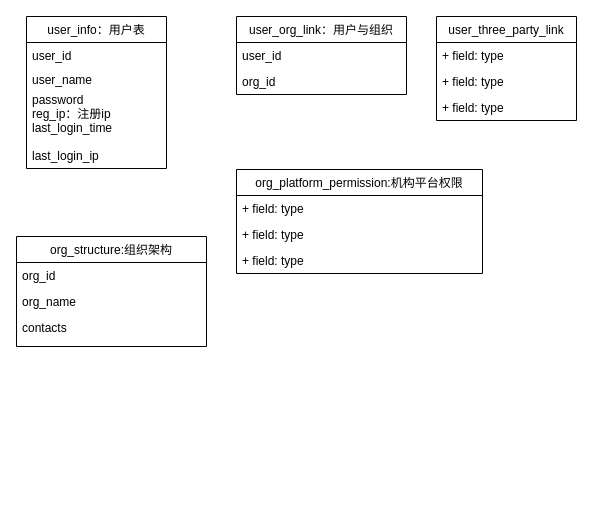
This is Untitled Diagram.drawio from qinguoqin9/GitProject, a draw.io file, before an edit. Source tidied: cells renumbered, new cells numbered last; positions are measured from the earlier drawing's top-left corner, leaving out a move shared by most shapes. Both pictures are drawn from the tidied source at 100%, with x=0, y=0 at pixel (16, 16).
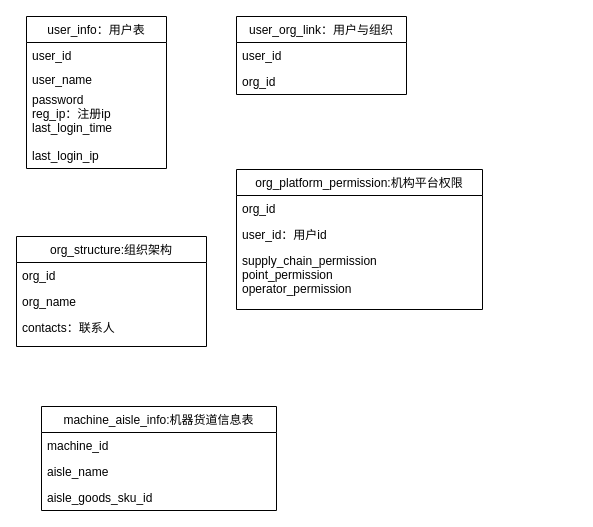
The same diagram, later.

The change refers to these unchanged cells:
```xml
<mxCell id="10" value="org_structure:组织架构" style="swimlane;fontStyle=0;horizontal=1;startSize=26;fillColor=none;" parent="1" vertex="1">
  <mxGeometry y="220" width="190" height="110" as="geometry" />
</mxCell>
```

Change to the diagram source:
```diff
@@
     <mxCell id="2" value="org_platform_permission:机构平台权限" style="swimlane;fontStyle=0;horizontal=1;startSize=26;fillColor=none;" parent="1" vertex="1">
-      <mxGeometry x="220" y="153" width="246" height="104" as="geometry" />
+      <mxGeometry x="220" y="153" width="246" height="140" as="geometry" />
     </mxCell>
-    <mxCell id="3" value="+ field: type" style="text;strokeColor=none;fillColor=none;align=left;verticalAlign=top;spacingLeft=4;spacingRight=4;overflow=hidden;" parent="2" vertex="1">
+    <mxCell id="3" value="org_id" style="text;strokeColor=none;fillColor=none;align=left;verticalAlign=top;spacingLeft=4;spacingRight=4;overflow=hidden;" parent="2" vertex="1">
       <mxGeometry y="26" width="246" height="26" as="geometry" />
     </mxCell>
-    <mxCell id="4" value="+ field: type" style="text;strokeColor=none;fillColor=none;align=left;verticalAlign=top;spacingLeft=4;spacingRight=4;overflow=hidden;" parent="2" vertex="1">
+    <mxCell id="4" value="user_id：用户id&#10;" style="text;strokeColor=none;fillColor=none;align=left;verticalAlign=top;spacingLeft=4;spacingRight=4;overflow=hidden;" parent="2" vertex="1">
       <mxGeometry y="52" width="246" height="26" as="geometry" />
     </mxCell>
-    <mxCell id="5" value="+ field: type" style="text;strokeColor=none;fillColor=none;align=left;verticalAlign=top;spacingLeft=4;spacingRight=4;overflow=hidden;" parent="2" vertex="1">
-      <mxGeometry y="78" width="246" height="26" as="geometry" />
+    <mxCell id="5" value="supply_chain_permission&#10;point_permission&#10;operator_permission" style="text;strokeColor=none;fillColor=none;align=left;verticalAlign=top;spacingLeft=4;spacingRight=4;overflow=hidden;" parent="2" vertex="1">
+      <mxGeometry y="78" width="246" height="62" as="geometry" />
     </mxCell>
@@
-    <mxCell id="13" value="contacts" style="text;strokeColor=none;fillColor=none;align=left;verticalAlign=top;spacingLeft=4;spacingRight=4;overflow=hidden;" parent="10" vertex="1">
+    <mxCell id="13" value="contacts：联系人" style="text;strokeColor=none;fillColor=none;align=left;verticalAlign=top;spacingLeft=4;spacingRight=4;overflow=hidden;" parent="10" vertex="1">
       <mxGeometry y="78" width="190" height="32" as="geometry" />
     </mxCell>
@@
-    <mxCell id="17" value="user_three_party_link" style="swimlane;fontStyle=0;horizontal=1;startSize=26;fillColor=none;" parent="1" vertex="1">
-      <mxGeometry x="420" width="140" height="104" as="geometry" />
-    </mxCell>
-    <mxCell id="18" value="+ field: type" style="text;strokeColor=none;fillColor=none;align=left;verticalAlign=top;spacingLeft=4;spacingRight=4;overflow=hidden;" parent="17" vertex="1">
-      <mxGeometry y="26" width="140" height="26" as="geometry" />
-    </mxCell>
-    <mxCell id="19" value="+ field: type" style="text;strokeColor=none;fillColor=none;align=left;verticalAlign=top;spacingLeft=4;spacingRight=4;overflow=hidden;" parent="17" vertex="1">
-      <mxGeometry y="52" width="140" height="26" as="geometry" />
-    </mxCell>
-    <mxCell id="20" value="+ field: type" style="text;strokeColor=none;fillColor=none;align=left;verticalAlign=top;spacingLeft=4;spacingRight=4;overflow=hidden;" parent="17" vertex="1">
-      <mxGeometry y="78" width="140" height="26" as="geometry" />
-    </mxCell>
+    <mxCell id="21" value="machine_aisle_info:机器货道信息表" style="swimlane;fontStyle=0;horizontal=1;startSize=26;fillColor=none;" parent="1" vertex="1">
+      <mxGeometry x="25" y="390" width="235" height="104" as="geometry" />
+    </mxCell>
+    <mxCell id="22" value="machine_id" style="text;strokeColor=none;fillColor=none;align=left;verticalAlign=top;spacingLeft=4;spacingRight=4;overflow=hidden;" parent="21" vertex="1">
+      <mxGeometry y="26" width="235" height="26" as="geometry" />
+    </mxCell>
+    <mxCell id="23" value="aisle_name" style="text;strokeColor=none;fillColor=none;align=left;verticalAlign=top;spacingLeft=4;spacingRight=4;overflow=hidden;" parent="21" vertex="1">
+      <mxGeometry y="52" width="235" height="26" as="geometry" />
+    </mxCell>
+    <mxCell id="24" value="aisle_goods_sku_id" style="text;strokeColor=none;fillColor=none;align=left;verticalAlign=top;spacingLeft=4;spacingRight=4;overflow=hidden;" parent="21" vertex="1">
+      <mxGeometry y="78" width="235" height="26" as="geometry" />
+    </mxCell>
```
